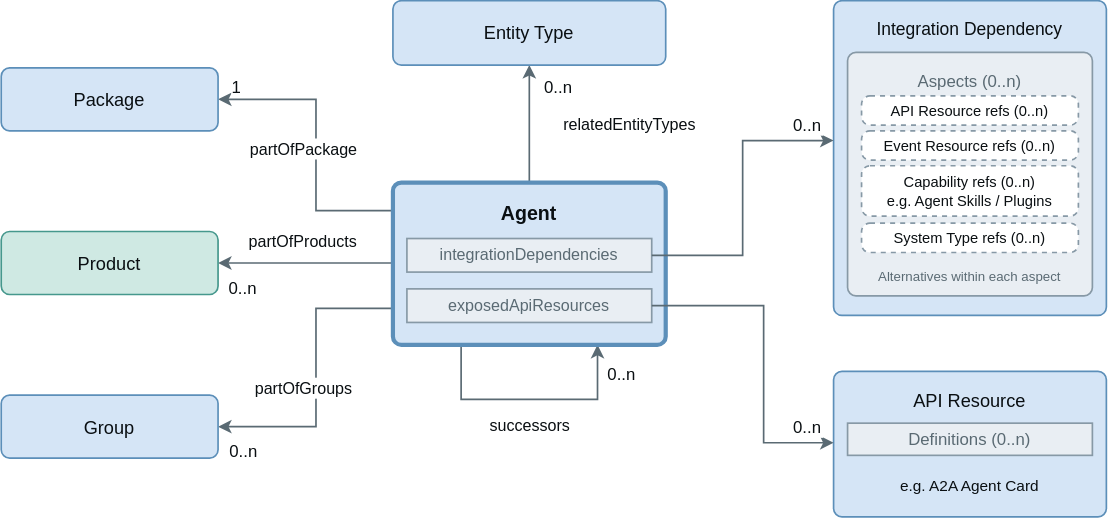
open-resource-discovery/specification keeps this draw.io diagram as static/img/ord-ai-agent.drawio.svg. Above is the earlier version. Source tidied: cells renumbered, new cells last; positions are measured from the earlier drawing's top-left corner, leaving out a move shared by most shapes. The source it was exported from:
```xml
<mxGraphModel>
  <root>
    <mxCell id="0" />
    <mxCell id="1" parent="0" />
    <mxCell id="2" style="edgeStyle=none;html=0;rounded=0;endArrow=classic;endFill=1;strokeColor=#5a6a73;strokeWidth=1.2;exitX=0.25;exitY=1;exitDx=0;exitDy=0;exitPerimeter=0;entryX=0.75;entryY=1;entryDx=0;entryDy=0;entryPerimeter=0;" parent="1" edge="1" source="17" target="17">
      <mxGeometry relative="1" as="geometry">
        <Array as="points">
          <mxPoint x="328.8" y="285" />
          <mxPoint x="426.2" y="285" />
        </Array>
      </mxGeometry>
    </mxCell>
    <mxCell id="3" value="successors" style="edgeLabel;html=0;align=center;verticalAlign=middle;fontSize=11.5;fontColor=#0a0f12;fontFamily=Helvetica;labelBackgroundColor=#ffffff;" parent="2" vertex="1">
      <mxGeometry relative="1" as="geometry">
        <mxPoint y="18" as="offset" />
      </mxGeometry>
    </mxCell>
    <mxCell id="4" value="0..n" style="edgeLabel;html=0;align=center;verticalAlign=middle;fontSize=12;fontColor=#0a0f12;fontFamily=Helvetica;labelBackgroundColor=#ffffff;" parent="2" vertex="1">
      <mxGeometry relative="1" as="geometry">
        <mxPoint x="65.5" y="-19" as="offset" />
      </mxGeometry>
    </mxCell>
    <mxCell id="5" style="edgeStyle=none;html=0;rounded=0;endArrow=classic;endFill=1;strokeColor=#5a6a73;strokeWidth=1.2;exitX=0.5;exitY=0;exitDx=0;exitDy=0;exitPerimeter=0;entryX=0.5;entryY=1;entryDx=0;entryDy=0;entryPerimeter=0;" parent="1" edge="1" source="17" target="23">
      <mxGeometry relative="1" as="geometry" />
    </mxCell>
    <mxCell id="6" value="relatedEntityTypes" style="edgeLabel;html=0;align=center;verticalAlign=middle;fontSize=11.5;fontColor=#0a0f12;fontFamily=Helvetica;labelBackgroundColor=#ffffff;" parent="5" vertex="1">
      <mxGeometry relative="1" as="geometry">
        <mxPoint x="71.5" as="offset" />
      </mxGeometry>
    </mxCell>
    <mxCell id="7" value="0..n" style="edgeLabel;html=0;align=center;verticalAlign=middle;fontSize=12;fontColor=#0a0f12;fontFamily=Helvetica;labelBackgroundColor=#ffffff;" parent="5" vertex="1">
      <mxGeometry relative="1" as="geometry">
        <mxPoint x="20.5" y="-27" as="offset" />
      </mxGeometry>
    </mxCell>
    <mxCell id="8" style="edgeStyle=none;html=0;rounded=0;endArrow=classic;endFill=1;strokeColor=#5a6a73;strokeWidth=1.2;exitX=0;exitY=0.775862;exitDx=0;exitDy=0;exitPerimeter=0;entryX=1;entryY=0.5;entryDx=0;entryDy=0;entryPerimeter=0;" parent="1" edge="1" source="17" target="22">
      <mxGeometry relative="1" as="geometry">
        <Array as="points">
          <mxPoint x="225" y="220" />
          <mxPoint x="225" y="304.5" />
        </Array>
      </mxGeometry>
    </mxCell>
    <mxCell id="9" value="partOfGroups" style="edgeLabel;html=0;align=center;verticalAlign=middle;fontSize=11.5;fontColor=#0a0f12;fontFamily=Helvetica;labelBackgroundColor=#ffffff;" parent="8" vertex="1">
      <mxGeometry relative="1" as="geometry">
        <mxPoint x="-9" y="6.2" as="offset" />
      </mxGeometry>
    </mxCell>
    <mxCell id="10" value="0..n" style="edgeLabel;html=0;align=center;verticalAlign=middle;fontSize=12;fontColor=#0a0f12;fontFamily=Helvetica;labelBackgroundColor=#ffffff;" parent="8" vertex="1">
      <mxGeometry relative="1" as="geometry">
        <mxPoint x="-52" y="51.2" as="offset" />
      </mxGeometry>
    </mxCell>
    <mxCell id="11" style="edgeStyle=none;html=0;rounded=0;endArrow=classic;endFill=1;strokeColor=#5a6a73;strokeWidth=1.2;exitX=0;exitY=0.49569;exitDx=0;exitDy=0;exitPerimeter=0;entryX=1;entryY=0.5;entryDx=0;entryDy=0;entryPerimeter=0;" parent="1" edge="1" source="17" target="21">
      <mxGeometry relative="1" as="geometry" />
    </mxCell>
    <mxCell id="12" value="partOfProducts" style="edgeLabel;html=0;align=center;verticalAlign=middle;fontSize=11.5;fontColor=#0a0f12;fontFamily=Helvetica;labelBackgroundColor=#ffffff;" parent="11" vertex="1">
      <mxGeometry relative="1" as="geometry">
        <mxPoint x="-1.5" y="-16.5" as="offset" />
      </mxGeometry>
    </mxCell>
    <mxCell id="13" value="0..n" style="edgeLabel;html=0;align=center;verticalAlign=middle;fontSize=12;fontColor=#0a0f12;fontFamily=Helvetica;labelBackgroundColor=#ffffff;" parent="11" vertex="1">
      <mxGeometry relative="1" as="geometry">
        <mxPoint x="-44.5" y="17.5" as="offset" />
      </mxGeometry>
    </mxCell>
    <mxCell id="14" style="edgeStyle=none;html=0;rounded=0;endArrow=classic;endFill=1;strokeColor=#5a6a73;strokeWidth=1.2;exitX=0;exitY=0.172414;exitDx=0;exitDy=0;exitPerimeter=0;entryX=1;entryY=0.5;entryDx=0;entryDy=0;entryPerimeter=0;" parent="1" edge="1" source="17" target="20">
      <mxGeometry relative="1" as="geometry">
        <Array as="points">
          <mxPoint x="225" y="150" />
          <mxPoint x="225" y="70.5" />
        </Array>
      </mxGeometry>
    </mxCell>
    <mxCell id="15" value="partOfPackage" style="edgeLabel;html=0;align=center;verticalAlign=middle;fontSize=11.5;fontColor=#0a0f12;fontFamily=Helvetica;labelBackgroundColor=#ffffff;" parent="14" vertex="1">
      <mxGeometry relative="1" as="geometry">
        <mxPoint x="-9" y="2.2" as="offset" />
      </mxGeometry>
    </mxCell>
    <mxCell id="16" value="1" style="edgeLabel;html=0;align=center;verticalAlign=middle;fontSize=12;fontColor=#0a0f12;fontFamily=Helvetica;labelBackgroundColor=#ffffff;" parent="14" vertex="1">
      <mxGeometry relative="1" as="geometry">
        <mxPoint x="-57" y="-41.8" as="offset" />
      </mxGeometry>
    </mxCell>
    <mxCell id="17" value="Agent" style="rounded=1;absoluteArcSize=1;arcSize=12;whiteSpace=wrap;html=0;fillColor=#d5e5f6;strokeColor=#5c8fb9;strokeWidth=3;fontColor=#0a0f12;fontFamily=Helvetica;fontSize=14;fontStyle=1;verticalAlign=top;spacingTop=7;" parent="1" vertex="1">
      <mxGeometry x="280" y="130" width="195" height="116" as="geometry" />
    </mxCell>
    <mxCell id="18" value="integrationDependencies" style="rounded=0;absoluteArcSize=1;arcSize=12;whiteSpace=wrap;html=0;fillColor=#e9eef3;strokeColor=#8799a6;strokeWidth=1.2;fontColor=#5a6a73;fontFamily=Helvetica;fontSize=11.5;fontStyle=0;verticalAlign=middle;spacingTop=0;" parent="17" vertex="1">
      <mxGeometry x="10" y="40" width="175" height="24" as="geometry" />
    </mxCell>
    <mxCell id="19" value="exposedApiResources" style="rounded=0;absoluteArcSize=1;arcSize=12;whiteSpace=wrap;html=0;fillColor=#e9eef3;strokeColor=#8799a6;strokeWidth=1.2;fontColor=#5a6a73;fontFamily=Helvetica;fontSize=11.5;fontStyle=0;verticalAlign=middle;spacingTop=0;" parent="17" vertex="1">
      <mxGeometry x="10" y="76" width="175" height="24" as="geometry" />
    </mxCell>
    <mxCell id="20" value="Package" style="rounded=1;absoluteArcSize=1;arcSize=12;whiteSpace=wrap;html=0;fillColor=#d5e5f6;strokeColor=#5c8fb9;strokeWidth=1.2;fontColor=#0a0f12;fontFamily=Helvetica;fontSize=13;fontStyle=0;verticalAlign=middle;spacingTop=0;" parent="1" vertex="1">
      <mxGeometry y="48" width="155" height="45" as="geometry" />
    </mxCell>
    <mxCell id="21" value="Product" style="rounded=1;absoluteArcSize=1;arcSize=12;whiteSpace=wrap;html=0;fillColor=#cfe9e3;strokeColor=#46988d;strokeWidth=1.2;fontColor=#0a0f12;fontFamily=Helvetica;fontSize=13;fontStyle=0;verticalAlign=middle;spacingTop=0;" parent="1" vertex="1">
      <mxGeometry y="165" width="155" height="45" as="geometry" />
    </mxCell>
    <mxCell id="22" value="Group" style="rounded=1;absoluteArcSize=1;arcSize=12;whiteSpace=wrap;html=0;fillColor=#d5e5f6;strokeColor=#5c8fb9;strokeWidth=1.2;fontColor=#0a0f12;fontFamily=Helvetica;fontSize=13;fontStyle=0;verticalAlign=middle;spacingTop=0;" parent="1" vertex="1">
      <mxGeometry y="282" width="155" height="45" as="geometry" />
    </mxCell>
    <mxCell id="23" value="Entity Type" style="rounded=1;absoluteArcSize=1;arcSize=12;whiteSpace=wrap;html=0;fillColor=#d5e5f6;strokeColor=#5c8fb9;strokeWidth=1.2;fontColor=#0a0f12;fontFamily=Helvetica;fontSize=13;fontStyle=0;verticalAlign=middle;spacingTop=0;" parent="1" vertex="1">
      <mxGeometry x="280" width="195" height="46" as="geometry" />
    </mxCell>
    <mxCell id="24" value="Integration Dependency" style="rounded=1;absoluteArcSize=1;arcSize=12;whiteSpace=wrap;html=0;fillColor=#d5e5f6;strokeColor=#5c8fb9;strokeWidth=1.2;fontColor=#0a0f12;fontFamily=Helvetica;fontSize=12.5;fontStyle=0;verticalAlign=top;spacingTop=7;" parent="1" vertex="1">
      <mxGeometry x="595" width="195" height="225" as="geometry" />
    </mxCell>
    <mxCell id="25" value="Aspects (0..n)" style="rounded=1;absoluteArcSize=1;arcSize=12;whiteSpace=wrap;html=0;fillColor=#e9eef3;strokeColor=#8799a6;strokeWidth=1.2;fontColor=#5a6a73;fontFamily=Helvetica;fontSize=12;fontStyle=0;verticalAlign=top;spacingTop=7;" parent="24" vertex="1">
      <mxGeometry x="10" y="37" width="175" height="174" as="geometry" />
    </mxCell>
    <mxCell id="26" value="API Resource refs (0..n)" style="rounded=1;absoluteArcSize=1;arcSize=12;whiteSpace=wrap;html=0;fillColor=#ffffff;strokeColor=#8799a6;strokeWidth=1.2;fontColor=#0a0f12;fontFamily=Helvetica;fontSize=10.5;fontStyle=0;verticalAlign=middle;spacingTop=0;dashed=1;" parent="25" vertex="1">
      <mxGeometry x="10" y="31" width="155" height="21" as="geometry" />
    </mxCell>
    <mxCell id="27" value="Event Resource refs (0..n)" style="rounded=1;absoluteArcSize=1;arcSize=12;whiteSpace=wrap;html=0;fillColor=#ffffff;strokeColor=#8799a6;strokeWidth=1.2;fontColor=#0a0f12;fontFamily=Helvetica;fontSize=10.5;fontStyle=0;verticalAlign=middle;spacingTop=0;dashed=1;" parent="25" vertex="1">
      <mxGeometry x="10" y="56" width="155" height="21" as="geometry" />
    </mxCell>
    <mxCell id="28" value="Capability refs (0..n)&#10;e.g. Agent Skills / Plugins" style="rounded=1;absoluteArcSize=1;arcSize=12;whiteSpace=wrap;html=0;fillColor=#ffffff;strokeColor=#8799a6;strokeWidth=1.2;fontColor=#0a0f12;fontFamily=Helvetica;fontSize=10.5;fontStyle=0;verticalAlign=middle;spacingTop=0;dashed=1;" parent="25" vertex="1">
      <mxGeometry x="10" y="81" width="155" height="36" as="geometry" />
    </mxCell>
    <mxCell id="29" value="System Type refs (0..n)" style="rounded=1;absoluteArcSize=1;arcSize=12;whiteSpace=wrap;html=0;fillColor=#ffffff;strokeColor=#8799a6;strokeWidth=1.2;fontColor=#0a0f12;fontFamily=Helvetica;fontSize=10.5;fontStyle=0;verticalAlign=middle;spacingTop=0;dashed=1;" parent="25" vertex="1">
      <mxGeometry x="10" y="122" width="155" height="21" as="geometry" />
    </mxCell>
    <mxCell id="30" value="Alternatives within each aspect" style="rounded=1;absoluteArcSize=1;arcSize=12;whiteSpace=wrap;html=0;fillColor=none;strokeColor=none;strokeWidth=1.2;fontColor=#5a6a73;fontFamily=Helvetica;fontSize=9.5;fontStyle=0;verticalAlign=middle;spacingTop=0;shape=label;" parent="25" vertex="1">
      <mxGeometry x="3" y="150" width="169" height="20" as="geometry" />
    </mxCell>
    <mxCell id="31" value="API Resource" style="rounded=1;absoluteArcSize=1;arcSize=12;whiteSpace=wrap;html=0;fillColor=#d5e5f6;strokeColor=#5c8fb9;strokeWidth=1.2;fontColor=#0a0f12;fontFamily=Helvetica;fontSize=13;fontStyle=0;verticalAlign=top;spacingTop=7;" parent="1" vertex="1">
      <mxGeometry x="595" y="265" width="195" height="104" as="geometry" />
    </mxCell>
    <mxCell id="32" value="Definitions (0..n)" style="rounded=0;absoluteArcSize=1;arcSize=12;whiteSpace=wrap;html=0;fillColor=#e9eef3;strokeColor=#8799a6;strokeWidth=1.2;fontColor=#5a6a73;fontFamily=Helvetica;fontSize=12;fontStyle=0;verticalAlign=middle;spacingTop=0;" parent="31" vertex="1">
      <mxGeometry x="10" y="37" width="175" height="23" as="geometry" />
    </mxCell>
    <mxCell id="33" value="e.g. A2A Agent Card" style="rounded=1;absoluteArcSize=1;arcSize=12;whiteSpace=wrap;html=0;fillColor=none;strokeColor=none;strokeWidth=1.2;fontColor=#0a0f12;fontFamily=Helvetica;fontSize=11;fontStyle=0;verticalAlign=middle;spacingTop=0;shape=label;" parent="31" vertex="1">
      <mxGeometry x="8" y="72" width="179" height="20" as="geometry" />
    </mxCell>
    <mxCell id="34" style="edgeStyle=none;html=0;rounded=0;endArrow=classic;endFill=1;strokeColor=#5a6a73;strokeWidth=1.2;exitX=1;exitY=0.5;exitDx=0;exitDy=0;exitPerimeter=0;entryX=0;entryY=0.444444;entryDx=0;entryDy=0;entryPerimeter=0;" parent="1" edge="1" source="18" target="24">
      <mxGeometry relative="1" as="geometry">
        <Array as="points">
          <mxPoint x="530" y="182" />
          <mxPoint x="530" y="100" />
        </Array>
      </mxGeometry>
    </mxCell>
    <mxCell id="35" value="0..n" style="edgeLabel;html=0;align=center;verticalAlign=middle;fontSize=12;fontColor=#0a0f12;fontFamily=Helvetica;labelBackgroundColor=#ffffff;" parent="34" vertex="1">
      <mxGeometry relative="1" as="geometry">
        <mxPoint x="46" y="-53" as="offset" />
      </mxGeometry>
    </mxCell>
    <mxCell id="36" style="edgeStyle=none;html=0;rounded=0;endArrow=classic;endFill=1;strokeColor=#5a6a73;strokeWidth=1.2;exitX=1;exitY=0.5;exitDx=0;exitDy=0;exitPerimeter=0;entryX=0;entryY=0.490385;entryDx=0;entryDy=0;entryPerimeter=0;" parent="1" edge="1" source="19" target="31">
      <mxGeometry relative="1" as="geometry">
        <Array as="points">
          <mxPoint x="545" y="218" />
          <mxPoint x="545" y="316" />
        </Array>
      </mxGeometry>
    </mxCell>
    <mxCell id="37" value="0..n" style="edgeLabel;html=0;align=center;verticalAlign=middle;fontSize=12;fontColor=#0a0f12;fontFamily=Helvetica;labelBackgroundColor=#ffffff;" parent="36" vertex="1">
      <mxGeometry relative="1" as="geometry">
        <mxPoint x="31" y="52" as="offset" />
      </mxGeometry>
    </mxCell>
  </root>
</mxGraphModel>
```
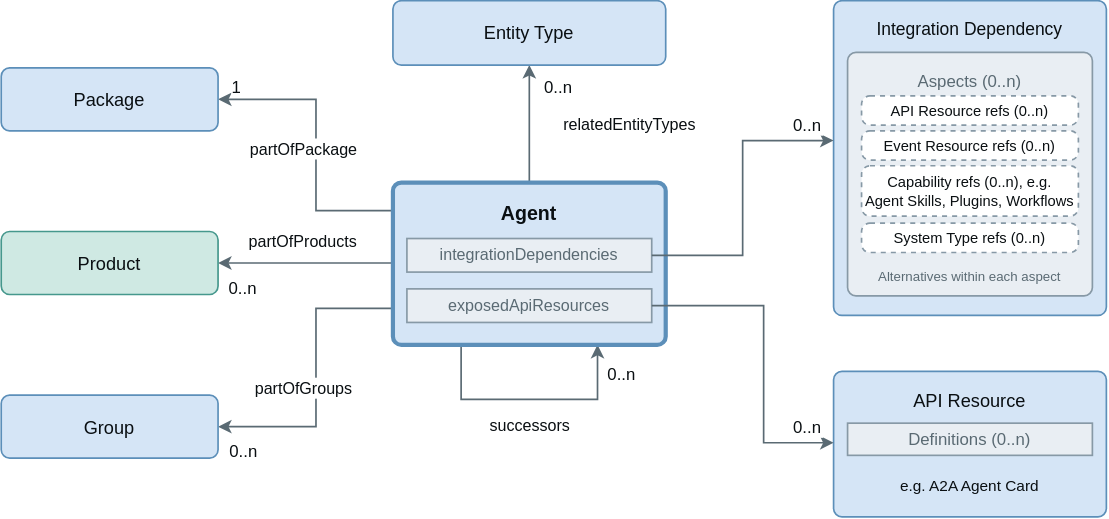
The same file after the commit.

Commit message:
docs: include Workflows in Capability examples

Diff of the diagram source:
```diff
@@ -115,7 +115,7 @@
     <mxCell id="27" value="Event Resource refs (0..n)" style="rounded=1;absoluteArcSize=1;arcSize=12;whiteSpace=wrap;html=0;fillColor=#ffffff;strokeColor=#8799a6;strokeWidth=1.2;fontColor=#0a0f12;fontFamily=Helvetica;fontSize=10.5;fontStyle=0;verticalAlign=middle;spacingTop=0;dashed=1;" parent="25" vertex="1">
       <mxGeometry x="10" y="56" width="155" height="21" as="geometry" />
     </mxCell>
-    <mxCell id="28" value="Capability refs (0..n)&#10;e.g. Agent Skills / Plugins" style="rounded=1;absoluteArcSize=1;arcSize=12;whiteSpace=wrap;html=0;fillColor=#ffffff;strokeColor=#8799a6;strokeWidth=1.2;fontColor=#0a0f12;fontFamily=Helvetica;fontSize=10.5;fontStyle=0;verticalAlign=middle;spacingTop=0;dashed=1;" parent="25" vertex="1">
+    <mxCell id="28" value="Capability refs (0..n), e.g.&#10;Agent Skills, Plugins, Workflows" style="rounded=1;absoluteArcSize=1;arcSize=12;whiteSpace=wrap;html=0;fillColor=#ffffff;strokeColor=#8799a6;strokeWidth=1.2;fontColor=#0a0f12;fontFamily=Helvetica;fontSize=10.5;fontStyle=0;verticalAlign=middle;spacingTop=0;dashed=1;" parent="25" vertex="1">
       <mxGeometry x="10" y="81" width="155" height="36" as="geometry" />
     </mxCell>
     <mxCell id="29" value="System Type refs (0..n)" style="rounded=1;absoluteArcSize=1;arcSize=12;whiteSpace=wrap;html=0;fillColor=#ffffff;strokeColor=#8799a6;strokeWidth=1.2;fontColor=#0a0f12;fontFamily=Helvetica;fontSize=10.5;fontStyle=0;verticalAlign=middle;spacingTop=0;dashed=1;" parent="25" vertex="1">
```
